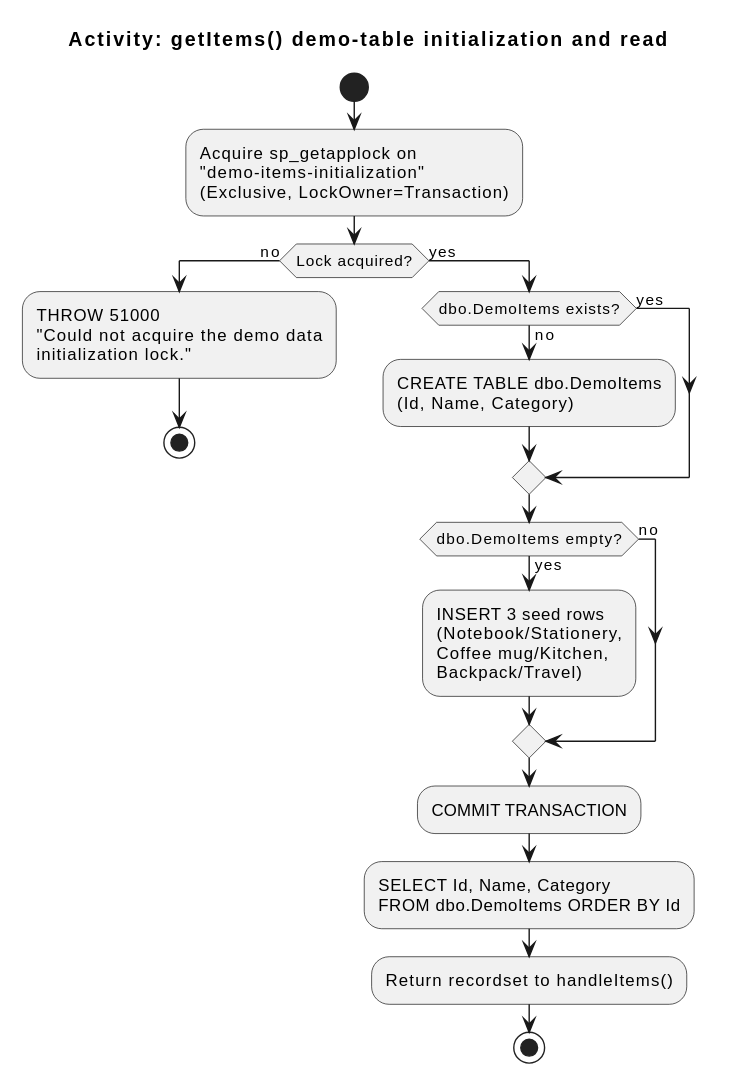
This is uml/behavior/9-activity.svg from wolffy-au/frictionless-sample-azure, a PlantUML export, as it was before one commit. Source of this version:
```plantuml
@startuml
title Activity: getItems() demo-table initialization and read

start
:Acquire sp_getapplock on\n"demo-items-initialization"\n(Exclusive, LockOwner=Transaction);
if (Lock acquired?) then (no)
  :THROW 51000\n"Could not acquire the demo data\ninitialization lock.";
  stop
else (yes)
  if (dbo.DemoItems exists?) then (no)
    :CREATE TABLE dbo.DemoItems\n(Id, Name, Category);
  else (yes)
  endif
  if (dbo.DemoItems empty?) then (yes)
    :INSERT 3 seed rows\n(Notebook/Stationery,\nCoffee mug/Kitchen,\nBackpack/Travel);
  else (no)
  endif
  :COMMIT TRANSACTION;
  :SELECT Id, Name, Category\nFROM dbo.DemoItems ORDER BY Id;
  :Return recordset to handleItems();
  stop
endif
@enduml
```
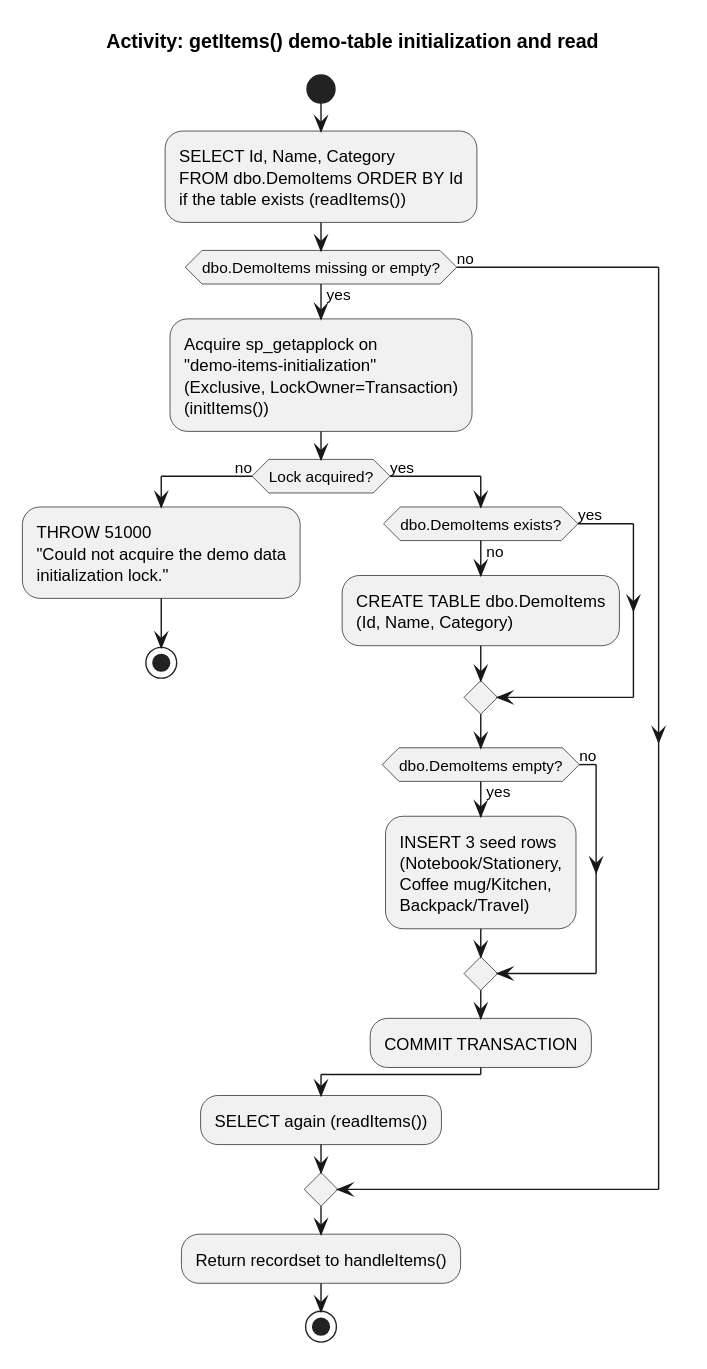
Later version of the same file.

Diff of the diagram source:
```diff
@@ -2,22 +2,26 @@
 title Activity: getItems() demo-table initialization and read
 
 start
-:Acquire sp_getapplock on\n"demo-items-initialization"\n(Exclusive, LockOwner=Transaction);
-if (Lock acquired?) then (no)
-  :THROW 51000\n"Could not acquire the demo data\ninitialization lock.";
-  stop
-else (yes)
-  if (dbo.DemoItems exists?) then (no)
-    :CREATE TABLE dbo.DemoItems\n(Id, Name, Category);
+:SELECT Id, Name, Category\nFROM dbo.DemoItems ORDER BY Id\nif the table exists (readItems());
+if (dbo.DemoItems missing or empty?) then (yes)
+  :Acquire sp_getapplock on\n"demo-items-initialization"\n(Exclusive, LockOwner=Transaction)\n(initItems());
+  if (Lock acquired?) then (no)
+    :THROW 51000\n"Could not acquire the demo data\ninitialization lock.";
+    stop
   else (yes)
+    if (dbo.DemoItems exists?) then (no)
+      :CREATE TABLE dbo.DemoItems\n(Id, Name, Category);
+    else (yes)
+    endif
+    if (dbo.DemoItems empty?) then (yes)
+      :INSERT 3 seed rows\n(Notebook/Stationery,\nCoffee mug/Kitchen,\nBackpack/Travel);
+    else (no)
+    endif
+    :COMMIT TRANSACTION;
   endif
-  if (dbo.DemoItems empty?) then (yes)
-    :INSERT 3 seed rows\n(Notebook/Stationery,\nCoffee mug/Kitchen,\nBackpack/Travel);
-  else (no)
-  endif
-  :COMMIT TRANSACTION;
-  :SELECT Id, Name, Category\nFROM dbo.DemoItems ORDER BY Id;
-  :Return recordset to handleItems();
-  stop
+  :SELECT again (readItems());
+else (no)
 endif
+:Return recordset to handleItems();
+stop
 @enduml
```
